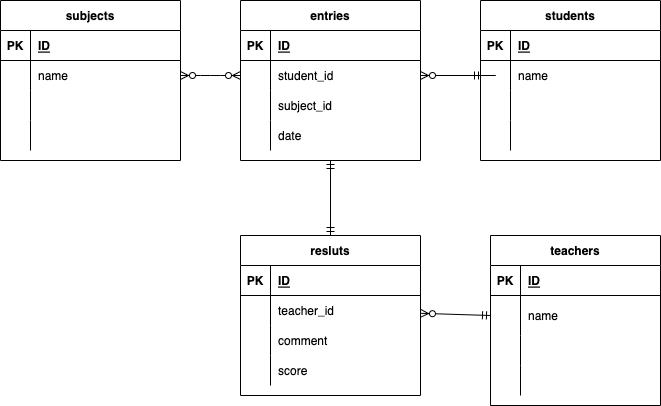
Earlier version of the draw.io export index.drawio.png (momomikajikawa/exercise5). Source tidied: cells renumbered, new cells last; positions are measured from the earlier drawing's top-left corner, leaving out a move shared by most shapes.
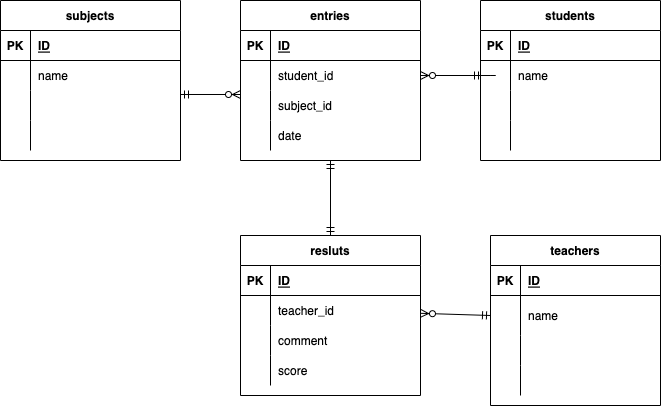
Above is the later version.

What changed in the source:
```diff
@@ -202,14 +202,16 @@
     <mxCell id="67" style="shape=partialRectangle;fillColor=none;top=0;left=0;bottom=0;right=0;align=left;spacingLeft=6;overflow=hidden;" parent="65" vertex="1">
       <mxGeometry x="30" width="150" height="30" as="geometry" />
     </mxCell>
-    <mxCell id="68" style="edgeStyle=entityRelationEdgeStyle;fontSize=12;html=1;endArrow=ERzeroToMany;endFill=1;startArrow=ERzeroToMany;exitX=1;exitY=0.5;exitDx=0;exitDy=0;entryX=0;entryY=0.5;entryDx=0;entryDy=0;" parent="1" edge="1" source="59" target="19">
-      <mxGeometry relative="1" as="geometry" />
-    </mxCell>
     <mxCell id="69" style="edgeStyle=orthogonalEdgeStyle;fontSize=12;html=1;endArrow=ERmandOne;startArrow=ERmandOne;entryX=0.5;entryY=1;entryDx=0;entryDy=0;exitX=0.5;exitY=0;exitDx=0;exitDy=0;" parent="1" edge="1" source="28" target="15">
       <mxGeometry relative="1" as="geometry" />
     </mxCell>
     <mxCell id="70" style="fontSize=12;html=1;endArrow=ERzeroToMany;startArrow=ERmandOne;exitX=0;exitY=0.5;exitDx=0;exitDy=0;" parent="1" edge="1" source="45" target="32">
       <mxGeometry relative="1" as="geometry" />
     </mxCell>
+    <mxCell id="71" style="fontSize=12;html=1;endArrow=ERzeroToMany;startArrow=ERmandOne;exitX=1;exitY=0.133;exitDx=0;exitDy=0;exitPerimeter=0;" parent="1" edge="1" source="62">
+      <mxGeometry relative="1" as="geometry">
+        <mxPoint x="240" y="94" as="targetPoint" />
+      </mxGeometry>
+    </mxCell>
   </root>
 </mxGraphModel>
```
